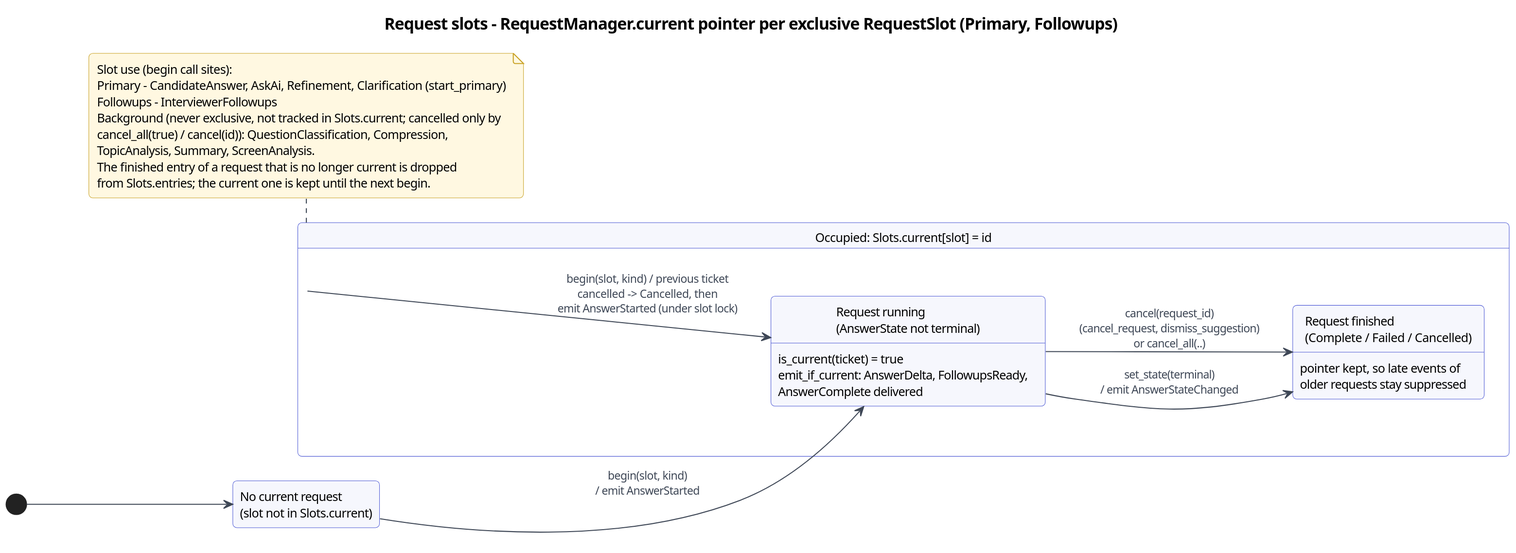
Before: diagrams/uml/state-machine/state-03-request-slot-occupancy.svg, a diagram exported from PlantUML (AekamSidhu/Major-Project). Its diagram source:
```plantuml
@startuml
!include ../../_style.iuml
title Request slots - RequestManager.current pointer per exclusive RequestSlot (Primary, Followups)

hide empty description
skinparam StateFontSize 12
left to right direction

state "No current request\n(slot not in Slots.current)" as Empty

state "Occupied: Slots.current[slot] = id" as Occupied {
  state "Request running\n(AnswerState not terminal)" as Running : is_current(ticket) = true\nemit_if_current: AnswerDelta, FollowupsReady,\nAnswerComplete delivered
  state "Request finished\n(Complete / Failed / Cancelled)" as Finished : pointer kept, so late events of\nolder requests stay suppressed
  Running --> Finished : set_state(terminal)\n/ emit AnswerStateChanged
  Running --> Finished : cancel(request_id)\n(cancel_request, dismiss_suggestion)\nor cancel_all(..)
}

[*] --> Empty
Empty --> Running : begin(slot, kind)\n/ emit AnswerStarted
Occupied --> Running : begin(slot, kind) / previous ticket\ncancelled -> Cancelled, then\nemit AnswerStarted (under slot lock)

note bottom of Occupied
  Slot use (begin call sites):
  Primary   - CandidateAnswer, AskAi, Refinement, Clarification (start_primary)
  Followups - InterviewerFollowups
  Background (never exclusive, not tracked in Slots.current; cancelled only by
  cancel_all(true) / cancel(id)): QuestionClassification, Compression,
  TopicAnalysis, Summary, ScreenAnalysis.
  The finished entry of a request that is no longer current is dropped
  from Slots.entries; the current one is kept until the next begin.
end note
@enduml
```
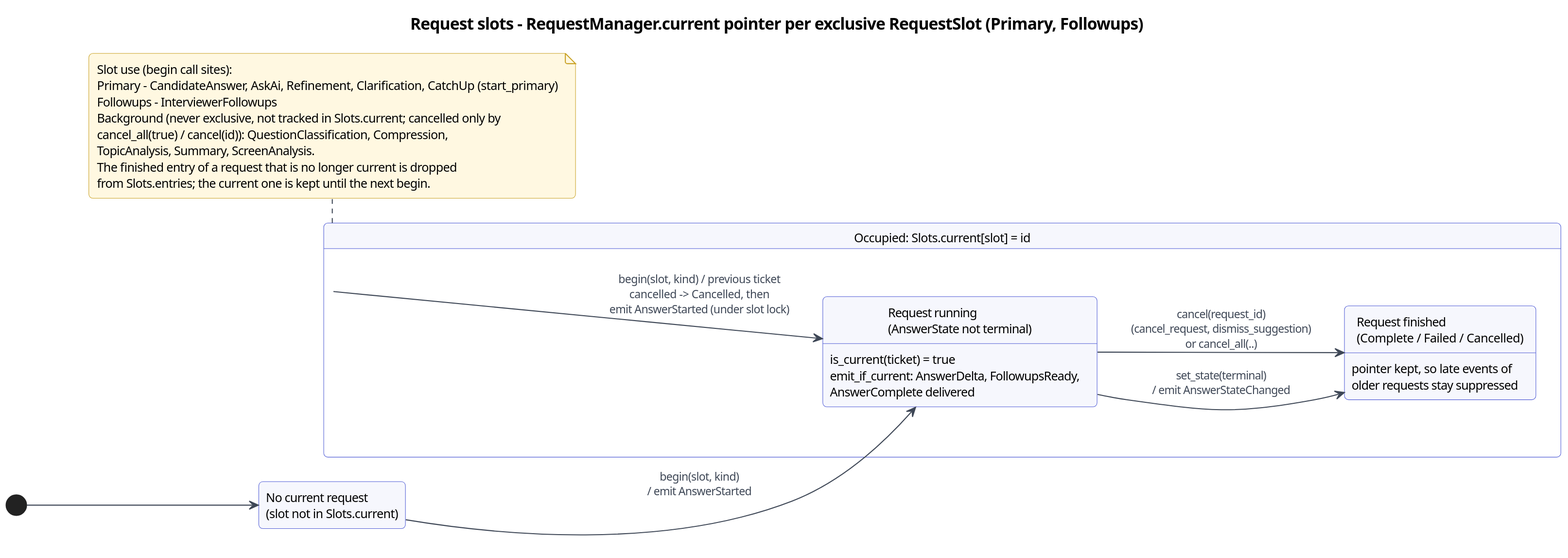
After the change.

Commit message:
Draw the workplace branches in the lifecycle activity and state diagrams

What changed in the source:
```diff
@@ -21,7 +21,7 @@
 
 note bottom of Occupied
   Slot use (begin call sites):
-  Primary   - CandidateAnswer, AskAi, Refinement, Clarification (start_primary)
+  Primary   - CandidateAnswer, AskAi, Refinement, Clarification, CatchUp (start_primary)
   Followups - InterviewerFollowups
   Background (never exclusive, not tracked in Slots.current; cancelled only by
   cancel_all(true) / cancel(id)): QuestionClassification, Compression,
```
